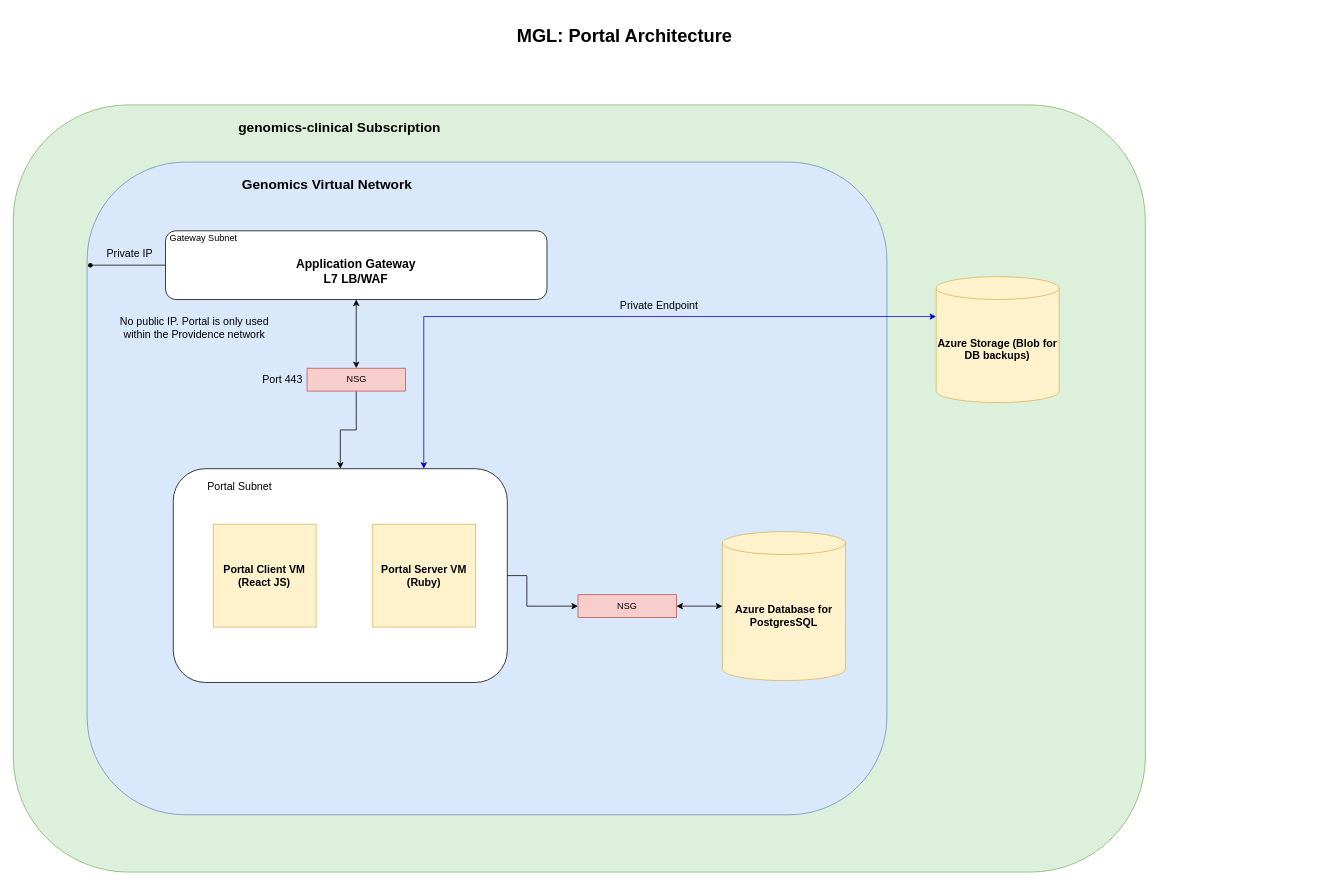
The draw.io diagram Portal.drawio in dashaylan/DrawIO, before the edit. Source tidied: cells renumbered, new cells numbered last; positions are measured from the earlier drawing's top-left corner, leaving out a move shared by most shapes. Both pictures are drawn from the tidied source at 76%, with x=0, y=0 at pixel (13, 13).
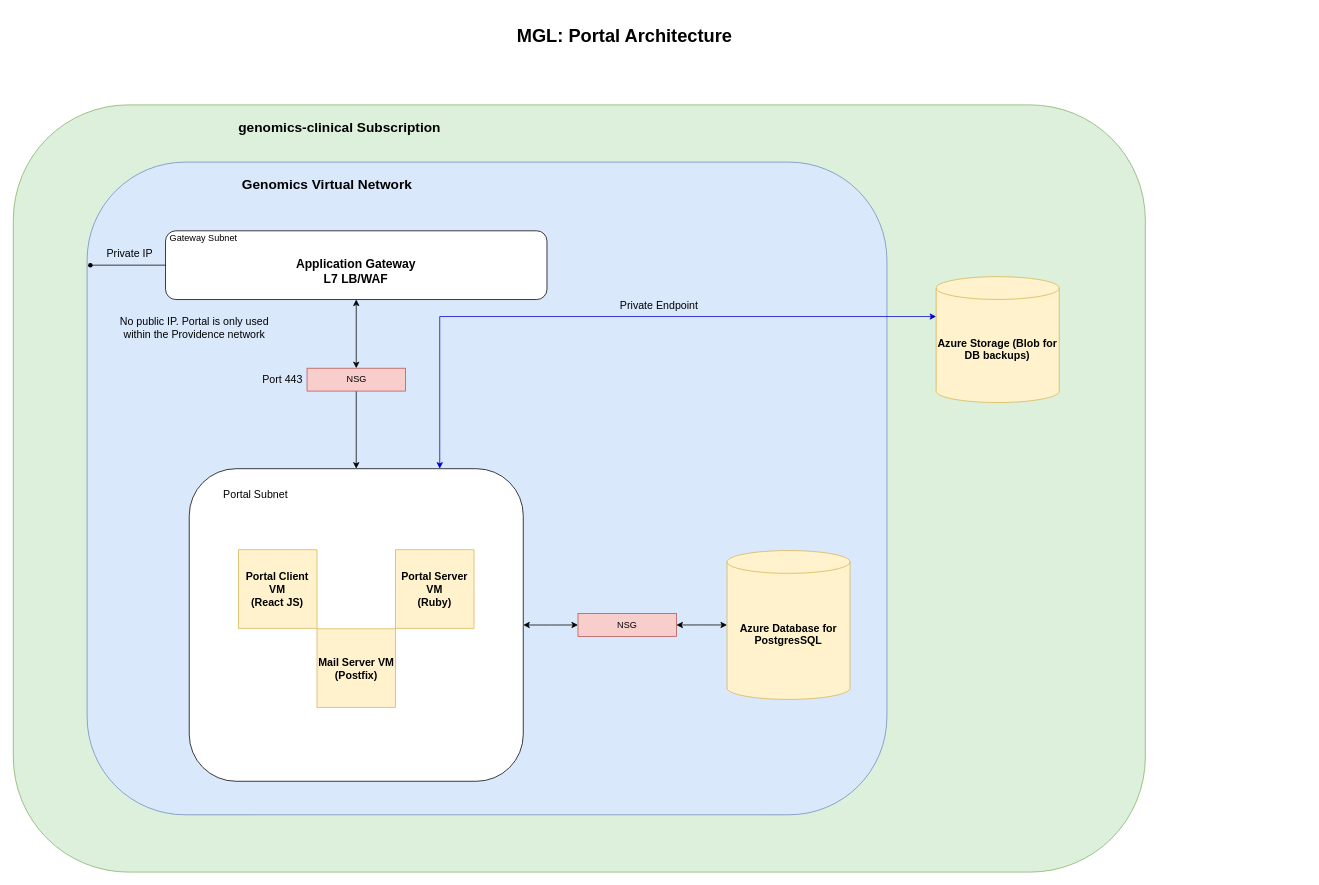
After the change.

The change refers to these unchanged cells:
```xml
<mxCell id="3" style="group;" parent="2" vertex="1">
  <mxGeometry y="120.5" width="1700" height="1009.5" as="geometry" />
</mxCell>
```

Change to the diagram source:
```diff
@@
     <mxCell id="14" value="&lt;font style=&quot;font-size: 14px&quot;&gt;&lt;b&gt;Azure Database for&lt;br&gt;PostgresSQL&lt;/b&gt;&lt;/font&gt;" style="shape=cylinder3;whiteSpace=wrap;html=1;boundedLbl=1;backgroundOutline=1;size=15;fillColor=#fff2cc;strokeColor=#d6b656;" parent="3" vertex="1">
-      <mxGeometry x="933" y="561.6" width="161.9" height="195.9" as="geometry" />
+      <mxGeometry x="939.1" y="586.4" width="161.9" height="195.9" as="geometry" />
     </mxCell>
     <mxCell id="15" value="NSG" style="rounded=0;whiteSpace=wrap;html=1;fillColor=#f8cecc;strokeColor=#b85450;" parent="3" vertex="1">
-      <mxGeometry x="743" y="644.5" width="129.5" height="30.1" as="geometry" />
+      <mxGeometry x="743" y="669.3" width="129.5" height="30.1" as="geometry" />
     </mxCell>
-    <mxCell id="16" style="edgeStyle=orthogonalEdgeStyle;rounded=0;jettySize=auto;html=1;exitX=1;exitY=0.5;exitDx=0;exitDy=0;entryX=0;entryY=0.5;entryDx=0;entryDy=0;" parent="3" edge="1" source="27" target="15">
+    <mxCell id="16" style="edgeStyle=orthogonalEdgeStyle;rounded=0;jettySize=auto;html=1;entryX=0;entryY=0.5;entryDx=0;entryDy=0;exitX=1;exitY=0.5;exitDx=0;exitDy=0;startArrow=classic;startFill=1;" parent="3" edge="1" source="25" target="15">
       <mxGeometry relative="1" as="geometry" />
     </mxCell>
@@
     <mxCell id="24" style="group;" parent="3" vertex="1">
-      <mxGeometry x="210.5" y="478.7" width="439.5" height="281.3" as="geometry" />
+      <mxGeometry x="231.5" y="478.7" width="439.5" height="411.3" as="geometry" />
     </mxCell>
     <mxCell id="25" style="rounded=1;whiteSpace=wrap;html=1;" parent="24" vertex="1">
-      <mxGeometry width="439.5" height="281.3" as="geometry" />
+      <mxGeometry width="439.5" height="411.3" as="geometry" />
     </mxCell>
     <mxCell id="26" value="&lt;font style=&quot;font-size: 14px&quot;&gt;Portal Subnet&lt;/font&gt;" style="text;html=1;strokeColor=none;fillColor=none;align=center;verticalAlign=middle;whiteSpace=wrap;rounded=0;" parent="24" vertex="1">
-      <mxGeometry x="14.2" y="11.7" width="145.8" height="23.4" as="geometry" />
+      <mxGeometry x="14.2" y="17.1" width="145.8" height="34.3" as="geometry" />
     </mxCell>
     <mxCell id="27" value="&lt;b&gt;&lt;font style=&quot;font-size: 14px&quot;&gt;Portal Server VM&lt;br&gt;(Ruby)&lt;br&gt;&lt;/font&gt;&lt;/b&gt;" style="whiteSpace=wrap;html=1;fillColor=#fff2cc;strokeColor=#d6b656;" parent="24" vertex="1">
-      <mxGeometry x="262.5" y="73" width="135.4" height="135.4" as="geometry" />
+      <mxGeometry x="271.4" y="106.7" width="103.3" height="103.3" as="geometry" />
     </mxCell>
     <mxCell id="28" value="&lt;b&gt;&lt;font style=&quot;font-size: 14px&quot;&gt;Portal Client VM&lt;br&gt;(React JS)&lt;br&gt;&lt;/font&gt;&lt;/b&gt;" style="whiteSpace=wrap;html=1;fillColor=#fff2cc;strokeColor=#d6b656;" parent="24" vertex="1">
-      <mxGeometry x="52.5" y="73" width="135.4" height="135.4" as="geometry" />
+      <mxGeometry x="64.8" y="106.7" width="103.3" height="103.3" as="geometry" />
     </mxCell>
+    <mxCell id="32" value="&lt;b&gt;&lt;font style=&quot;font-size: 14px&quot;&gt;Mail Server VM&lt;br&gt;(Postfix)&lt;br&gt;&lt;/font&gt;&lt;/b&gt;" style="whiteSpace=wrap;html=1;fillColor=#fff2cc;strokeColor=#d6b656;" parent="24" vertex="1">
+      <mxGeometry x="168.1" y="210.7" width="103.3" height="103.3" as="geometry" />
+    </mxCell>
```
